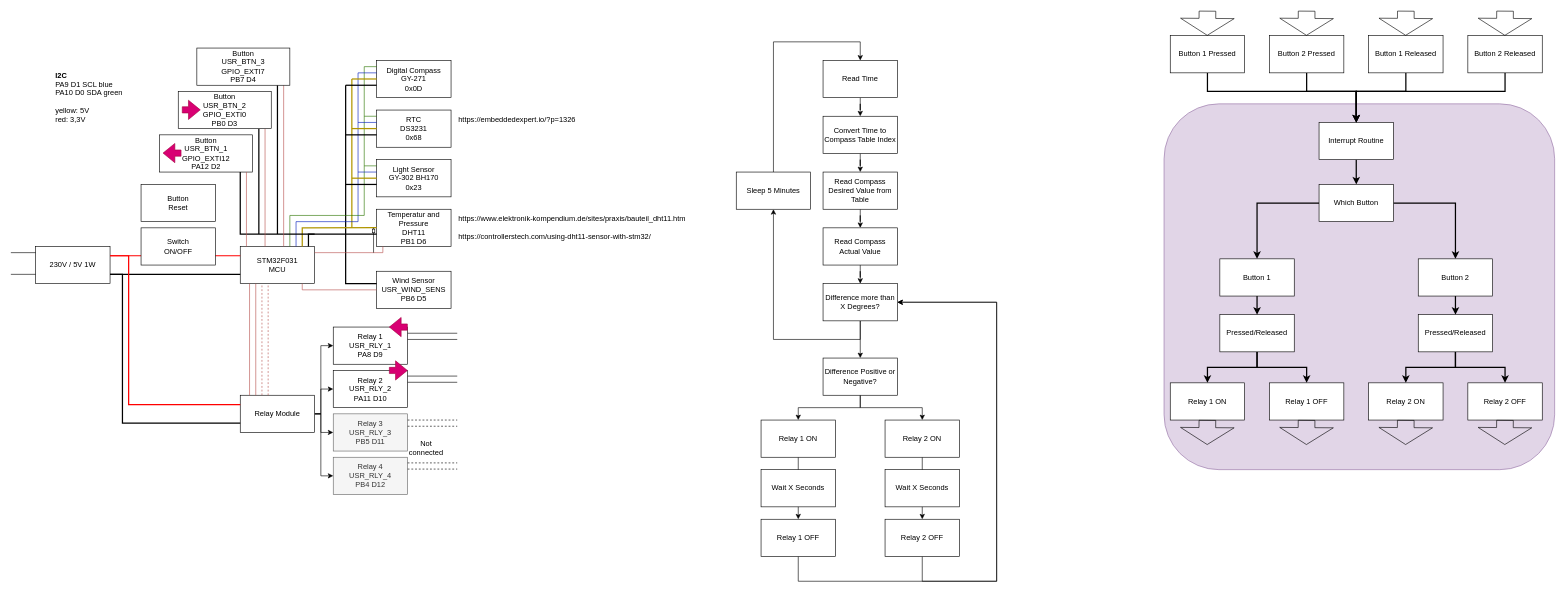
This is Doc/weather_station.drawio from michael-hirschmugl/sun_follower, a draw.io file, before an edit. Source tidied: cells renumbered, new cells numbered last; positions are measured from the earlier drawing's top-left corner, leaving out a move shared by most shapes. Both pictures are drawn from the tidied source at 62%, with x=0, y=0 at pixel (11, 11).
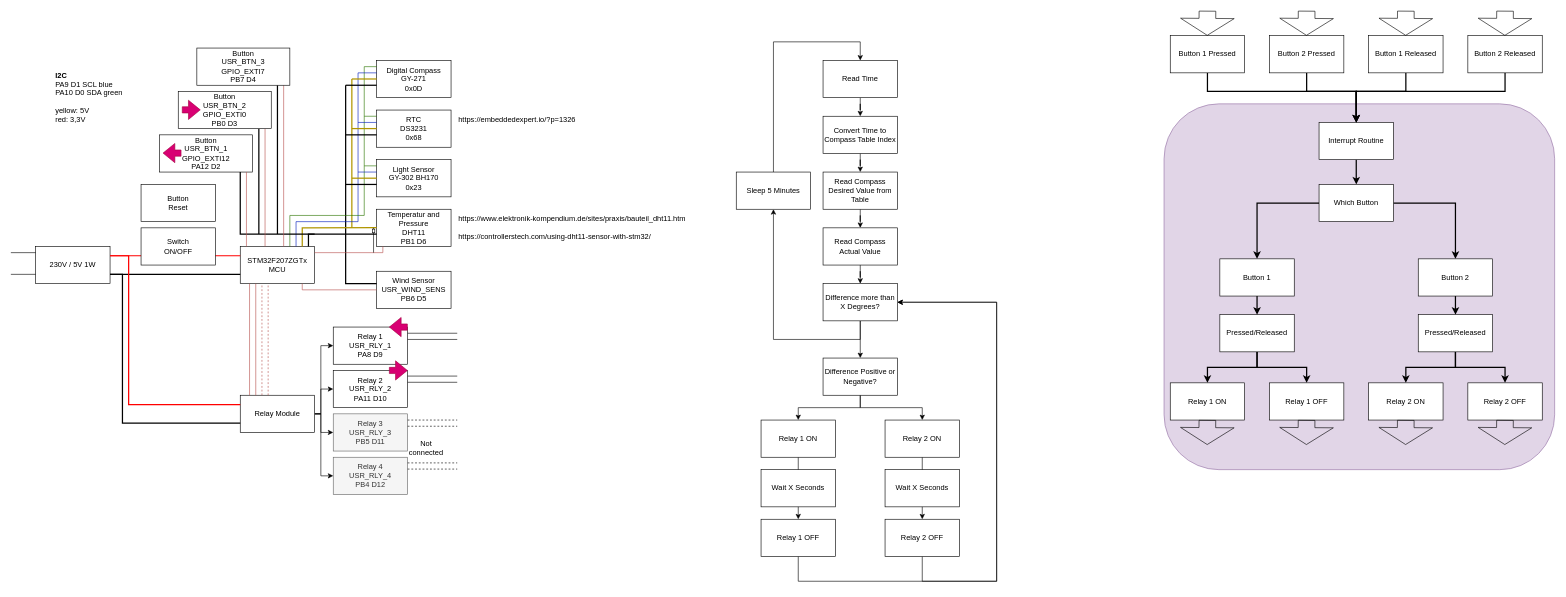
Above is the later version.

Commit message (it also covers changes not shown here):
Modified CPU type.

Diff of the diagram source:
```diff
@@
-    <mxCell id="3" value="STM32F031&lt;br&gt;MCU" style="rounded=0;whiteSpace=wrap;html=1;" parent="1" vertex="1">
+    <mxCell id="3" value="STM32F207ZGTx&lt;br&gt;MCU" style="rounded=0;whiteSpace=wrap;html=1;" parent="1" vertex="1">
       <mxGeometry x="370" y="380" width="120" height="60" as="geometry" />
     </mxCell>
```
